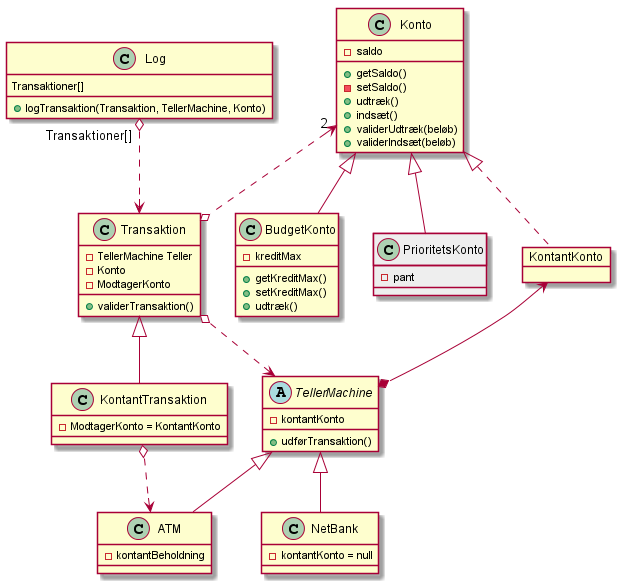
This is doc/OOD/Konto m ATM.png from s0ren/bank, a PlantUML export, as it was before one commit.
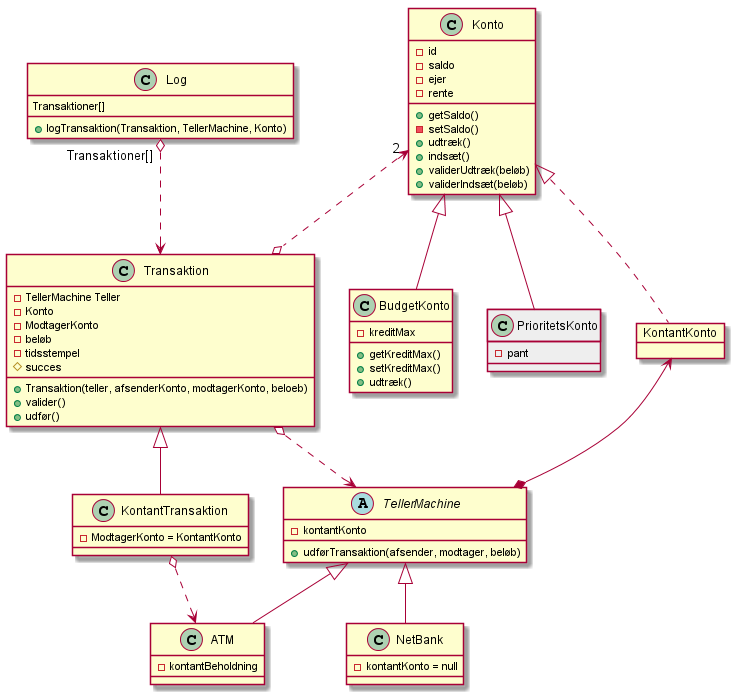
The same file after the commit.

Commit message:
Nu med UML grafer

The edit, as a diff of the source:
```diff
@@ -2,7 +2,11 @@
 
 
 class Konto {
+    - id
     - saldo
+    - ejer
+    - rente
+
     + getSaldo()
     - setSaldo()
 
@@ -31,7 +35,7 @@
 KontantKonto .up.|> Konto
 
 abstract class TellerMachine {
-    + udførTransaktion()
+    + udførTransaktion(afsender, modtager, beløb)
     - kontantKonto
 }
 TellerMachine *-up-> KontantKonto
@@ -49,10 +53,15 @@
 Konto "2" <..o Transaktion
 
 class Transaktion {
+ + Transaktion(teller, afsenderKonto, modtagerKonto, beloeb)
  - TellerMachine Teller
  - Konto
  - ModtagerKonto
- + validerTransaktion()
+ - beløb
+ - tidsstempel
+ # succes
+ + valider()
+ + udfør()
 }
 
 class KontantTransaktion {
```
